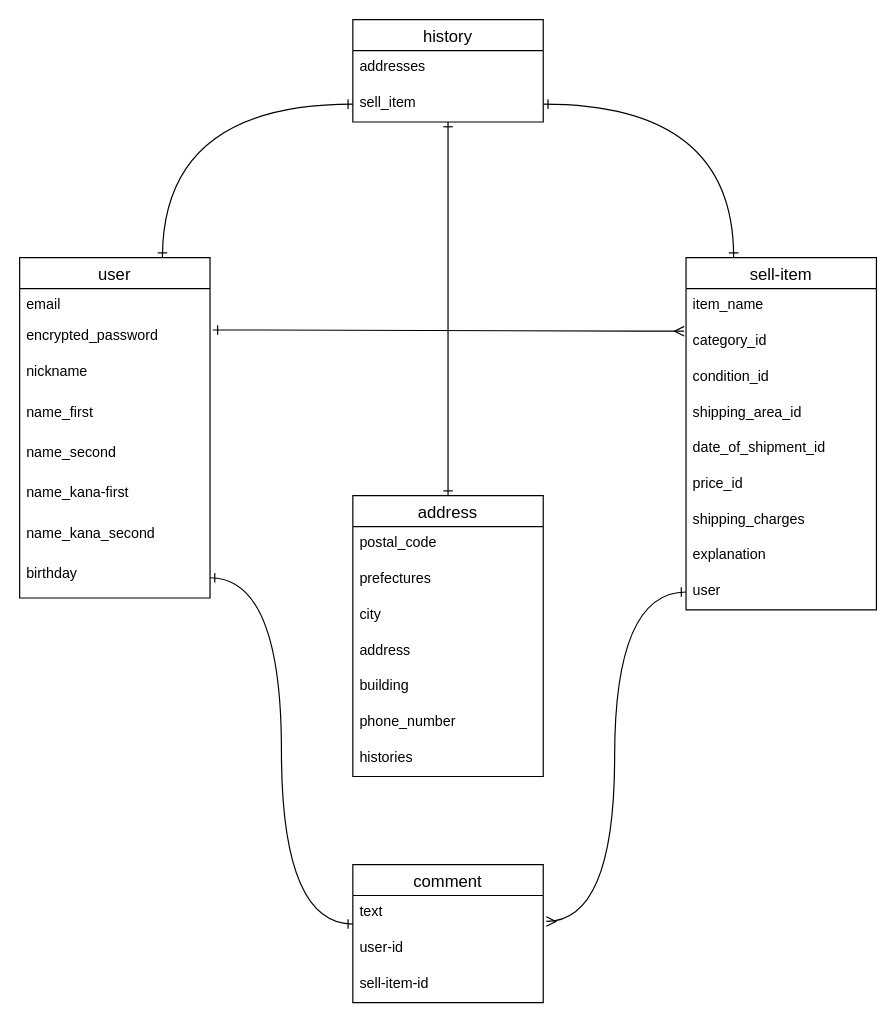
The draw.io diagram hurima.dio in Tsutomu-sasaki1/furima-31549, before the edit. Source tidied: cells renumbered, new cells numbered last; positions are measured from the earlier drawing's top-left corner, leaving out a move shared by most shapes. Both pictures are drawn from the tidied source at 119%, with x=0, y=0 at pixel (19, 19).
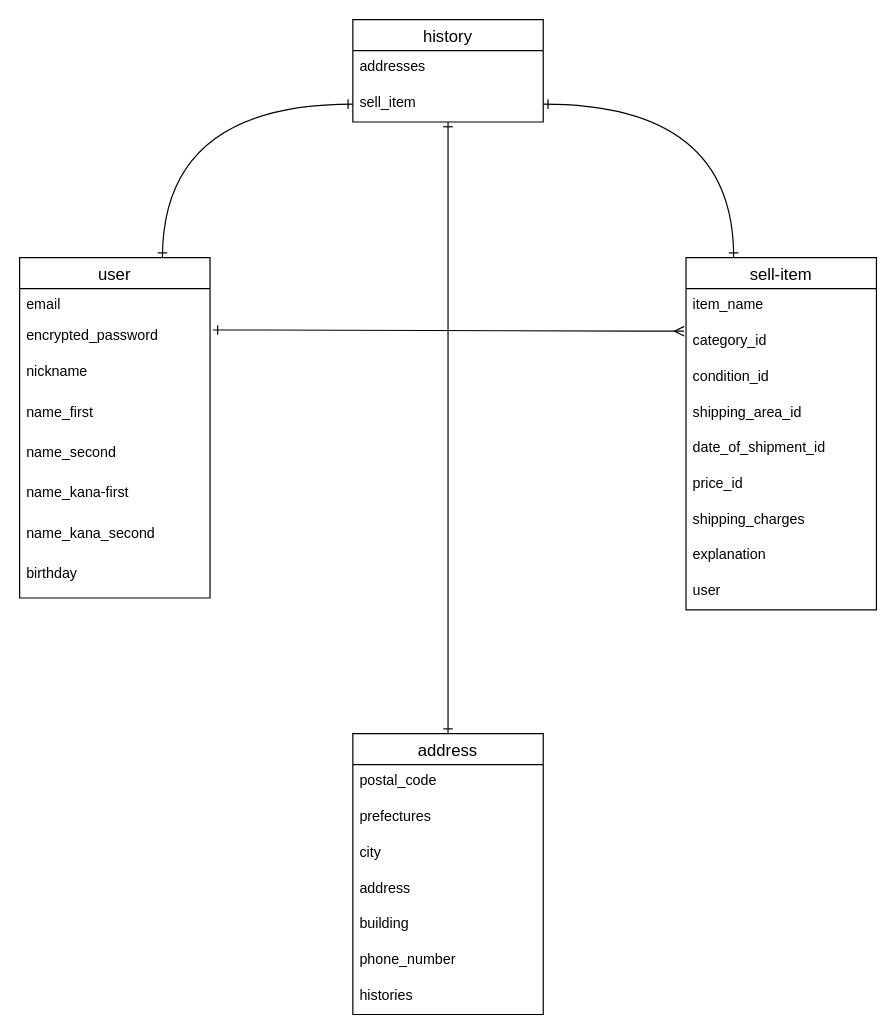
The same diagram, later.

Commit message (it also covers changes not shown here):
購入管理テーブル及びRE図の修正

Unchanged cells that the change refers to:
```xml
<mxCell id="11" value="birthday" style="text;strokeColor=none;fillColor=none;spacingLeft=4;spacingRight=4;overflow=hidden;points=[[0,0.5],[1,0.5]];portConstraint=eastwest;fontSize=12;" parent="3" vertex="1">
  <mxGeometry y="252" width="160" height="34" as="geometry" />
</mxCell>
<mxCell id="30" value="user" style="text;strokeColor=none;fillColor=none;spacingLeft=4;spacingRight=4;overflow=hidden;points=[[0,0.5],[1,0.5]];portConstraint=eastwest;fontSize=12;" parent="21" vertex="1">
  <mxGeometry y="266" width="160" height="30" as="geometry" />
</mxCell>
```

What changed in the source:
```diff
@@
     <mxCell id="13" value="address" style="swimlane;fontStyle=0;horizontal=1;startSize=26;align=center;fontSize=14;" parent="1" vertex="1">
-      <mxGeometry x="280" y="400" width="160" height="236" as="geometry" />
+      <mxGeometry x="280" y="600" width="160" height="236" as="geometry" />
     </mxCell>
@@
-    <mxCell id="36" value="comment" style="swimlane;fontStyle=0;horizontal=1;startSize=26;align=center;fontSize=14;" parent="1" vertex="1">
-      <mxGeometry x="280" y="710" width="160" height="116" as="geometry" />
-    </mxCell>
-    <mxCell id="37" value="text" style="text;strokeColor=none;fillColor=none;spacingLeft=4;spacingRight=4;overflow=hidden;points=[[0,0.5],[1,0.5]];portConstraint=eastwest;fontSize=12;" parent="36" vertex="1">
-      <mxGeometry y="26" width="160" height="30" as="geometry" />
-    </mxCell>
-    <mxCell id="38" value="user-id" style="text;strokeColor=none;fillColor=none;spacingLeft=4;spacingRight=4;overflow=hidden;fontSize=12;" parent="36" vertex="1">
-      <mxGeometry y="56" width="160" height="30" as="geometry" />
-    </mxCell>
-    <mxCell id="39" value="sell-item-id" style="text;strokeColor=none;fillColor=none;spacingLeft=4;spacingRight=4;overflow=hidden;fontSize=12;" parent="36" vertex="1">
-      <mxGeometry y="86" width="160" height="30" as="geometry" />
-    </mxCell>
-    <mxCell id="40" style="edgeStyle=orthogonalEdgeStyle;rounded=0;jettySize=auto;html=1;exitX=0;exitY=0.5;exitDx=0;exitDy=0;entryX=1.016;entryY=0.728;entryDx=0;entryDy=0;entryPerimeter=0;startArrow=ERone;startFill=0;endArrow=ERmany;endFill=0;curved=1;" parent="1" edge="1" source="30" target="37">
-      <mxGeometry relative="1" as="geometry" />
-    </mxCell>
-    <mxCell id="41" style="edgeStyle=orthogonalEdgeStyle;rounded=0;jettySize=auto;html=1;exitX=1;exitY=0.5;exitDx=0;exitDy=0;entryX=0;entryY=0.8;entryDx=0;entryDy=0;entryPerimeter=0;startArrow=ERone;startFill=0;endArrow=ERone;endFill=0;curved=1;" parent="1" edge="1" source="11" target="37">
-      <mxGeometry relative="1" as="geometry" />
-    </mxCell>
```
